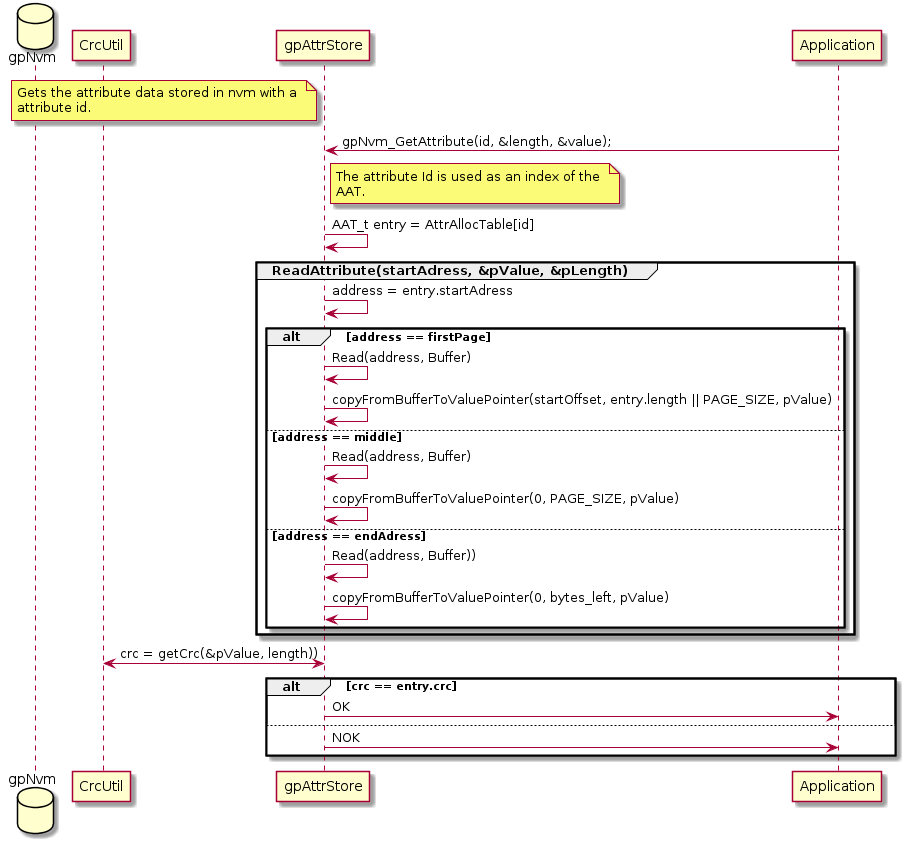
This is doc/gpNvm_GetAttribute.png from kevinwong1983/AttributeAllocationTable, a PlantUML export, as it was before one commit.
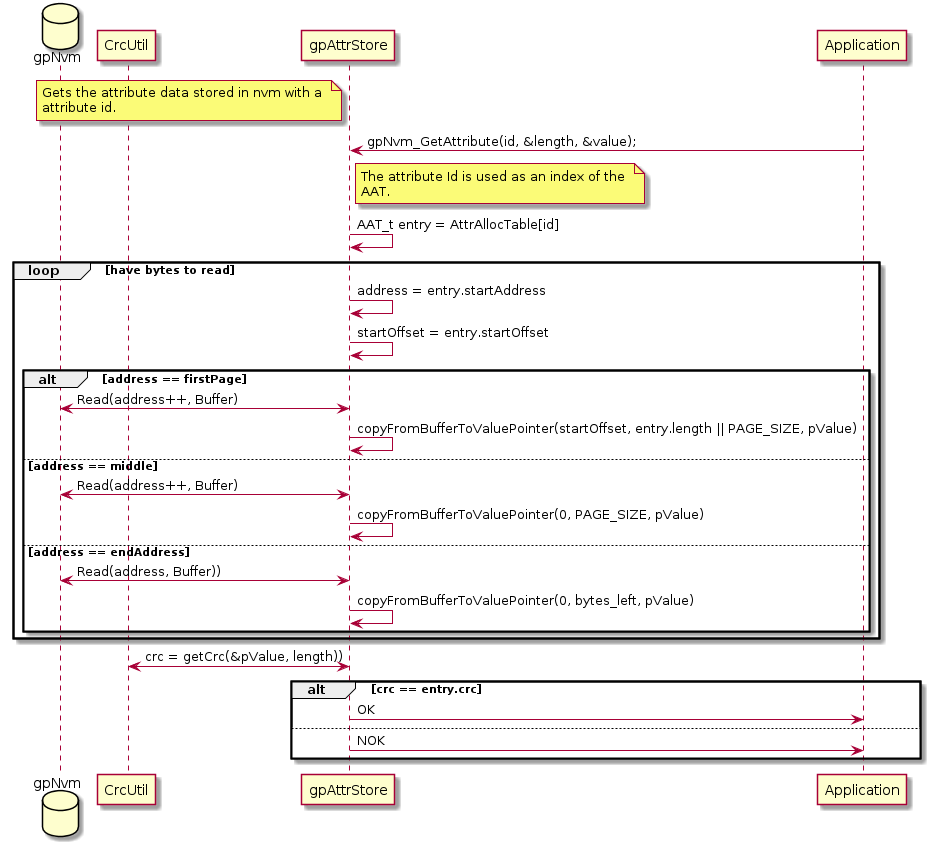
The same file after the commit.

The edit, as a diff of the source:
```diff
@@ -15,16 +15,17 @@
 		AAT.
 	end note
 	gpAttrStore -> gpAttrStore : AAT_t entry = AttrAllocTable[id]
-	group ReadAttribute(startAdress, &pValue, &pLength)
-		gpAttrStore -> gpAttrStore: address = entry.startAdress
+	loop have bytes to read
+		gpAttrStore -> gpAttrStore: address = entry.startAddress
+		gpAttrStore -> gpAttrStore: startOffset = entry.startOffset
 		alt address == firstPage
-			gpAttrStore -> gpAttrStore: Read(address, Buffer)
+			gpAttrStore <-> gpNvm: Read(address++, Buffer)
 			gpAttrStore -> gpAttrStore: copyFromBufferToValuePointer(startOffset, entry.length || PAGE_SIZE, pValue)
 		else address == middle
-			gpAttrStore -> gpAttrStore:  Read(address, Buffer)
+			gpAttrStore <-> gpNvm:  Read(address++, Buffer)
 			gpAttrStore -> gpAttrStore: copyFromBufferToValuePointer(0, PAGE_SIZE, pValue)
-		else address == endAdress
-			gpAttrStore -> gpAttrStore: Read(address, Buffer))
+		else address == endAddress
+			gpAttrStore <-> gpNvm: Read(address, Buffer))
 			gpAttrStore -> gpAttrStore: copyFromBufferToValuePointer(0, bytes_left, pValue)
 		end
 	end
```
